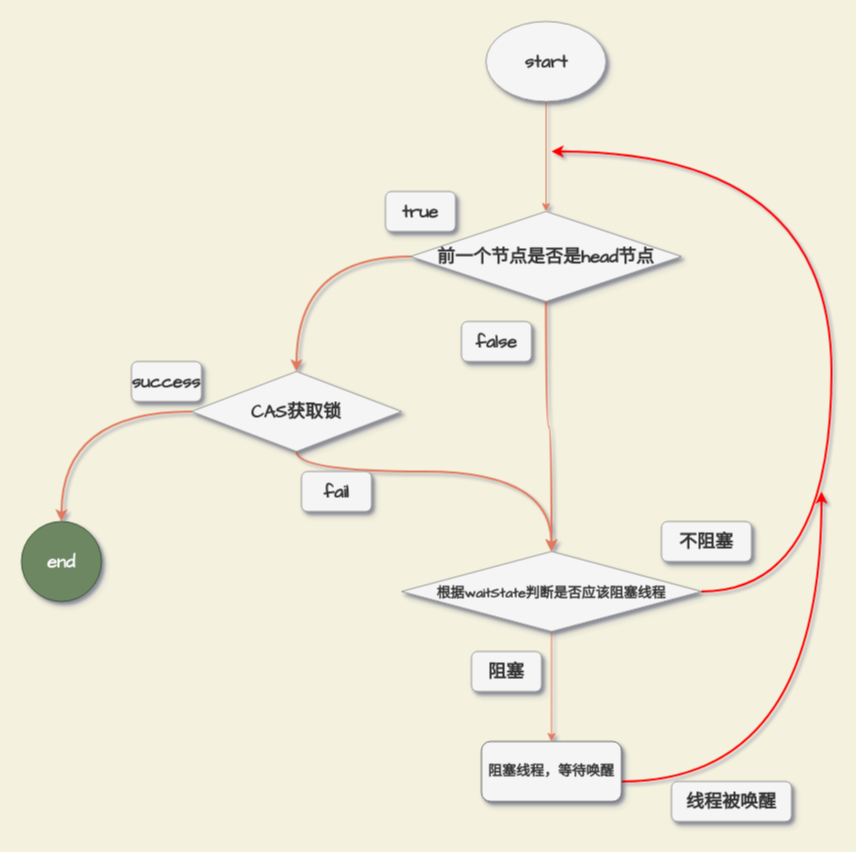
Before: page "AQS-acquireQueued" (4 of 11) of thread/AQS-NEW.drawio in mydlxy/draw, a draw.io diagram. Source tidied: cells renumbered, new cells numbered last; positions are measured from the earlier drawing's top-left corner, leaving out a move shared by most shapes. Both pictures are drawn from the tidied source at 100%, with x=0, y=0 at pixel (21, 21).
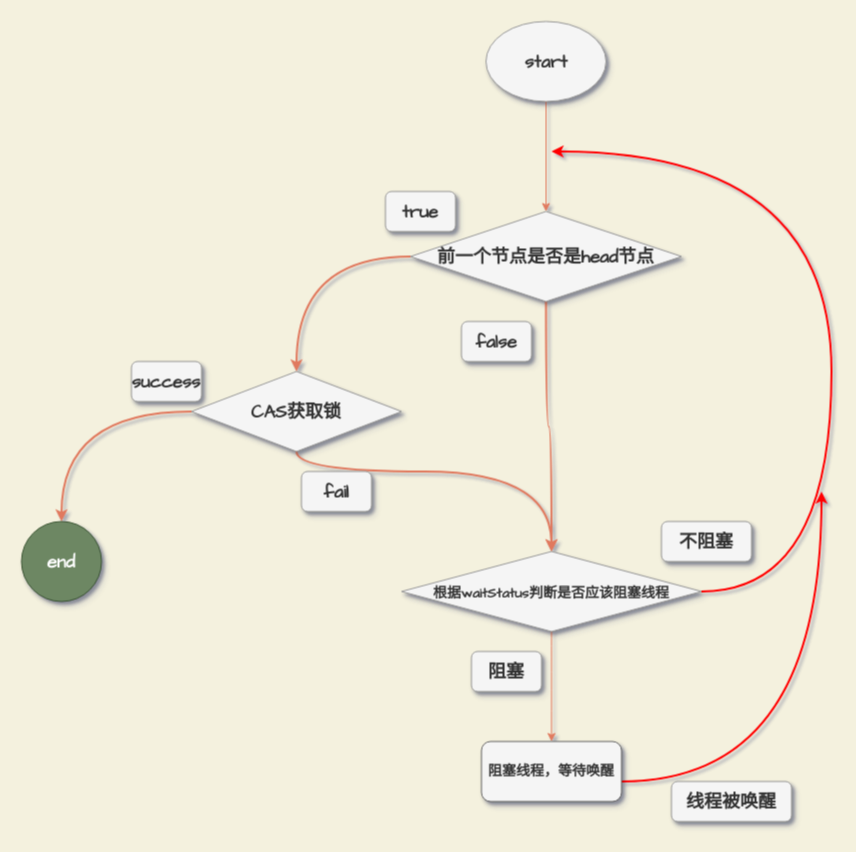
The same diagram, later.

The edit, as a diff of the source:
```diff
@@
-    <mxCell id="16" value="&lt;font style=&quot;font-size: 14px;&quot;&gt;&lt;b&gt;根据waitState判断是否应该阻塞线程&lt;/b&gt;&lt;/font&gt;" style="rhombus;whiteSpace=wrap;html=1;rounded=0;shadow=1;sketch=0;fontFamily=Comic Sans MS;fontSize=18;fontColor=#333333;strokeColor=#999999;fillColor=#f5f5f5;" parent="1" vertex="1">
+    <mxCell id="16" value="&lt;font style=&quot;font-size: 14px;&quot;&gt;&lt;b&gt;根据waitStatus判断是否应该阻塞线程&lt;/b&gt;&lt;/font&gt;" style="rhombus;whiteSpace=wrap;html=1;rounded=0;shadow=1;sketch=0;fontFamily=Comic Sans MS;fontSize=18;fontColor=#333333;strokeColor=#999999;fillColor=#f5f5f5;" parent="1" vertex="1">
       <mxGeometry x="380" y="530" width="300" height="80" as="geometry" />
     </mxCell>
```
